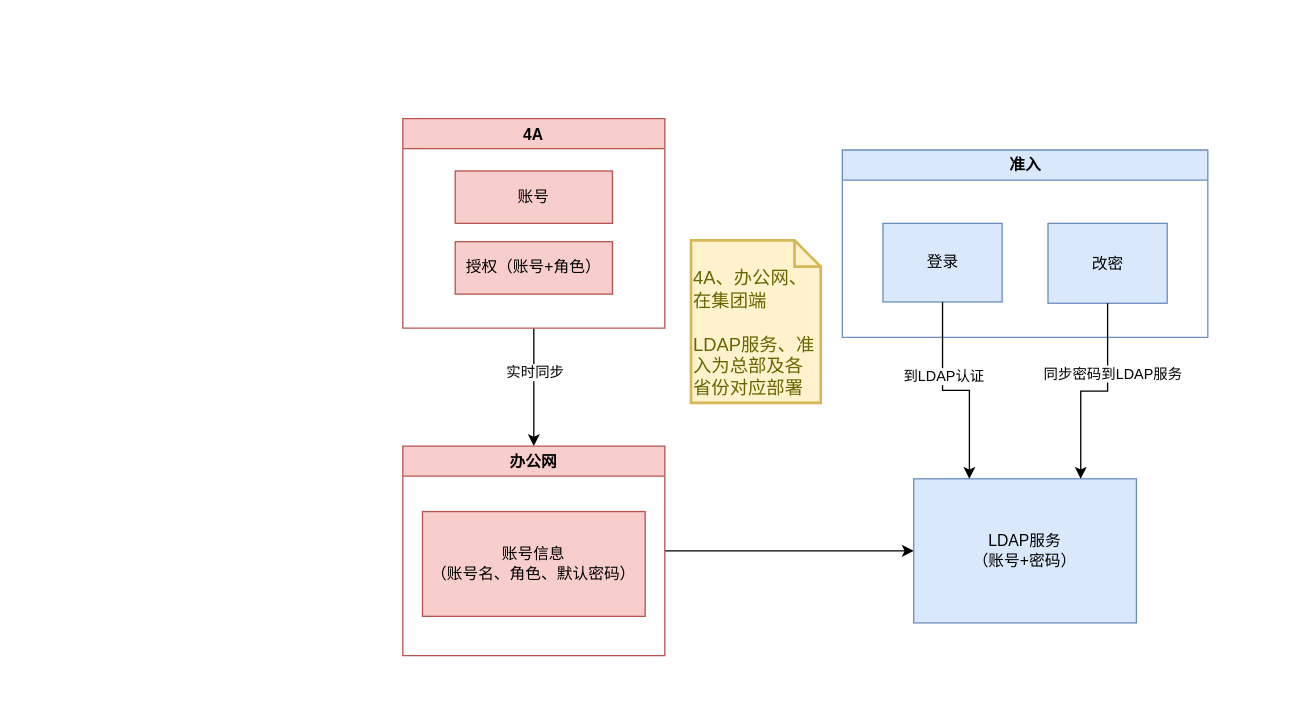
Before: page "方案二" (3 of 3) of 系统功能流程图/办公网.drawio in 158698706/tt4a, a draw.io diagram. Source tidied: cells renumbered, new cells numbered last; positions are measured from the earlier drawing's top-left corner, leaving out a move shared by most shapes. Both pictures are drawn from the tidied source at 131%, with x=0, y=0 at pixel (402, 118).
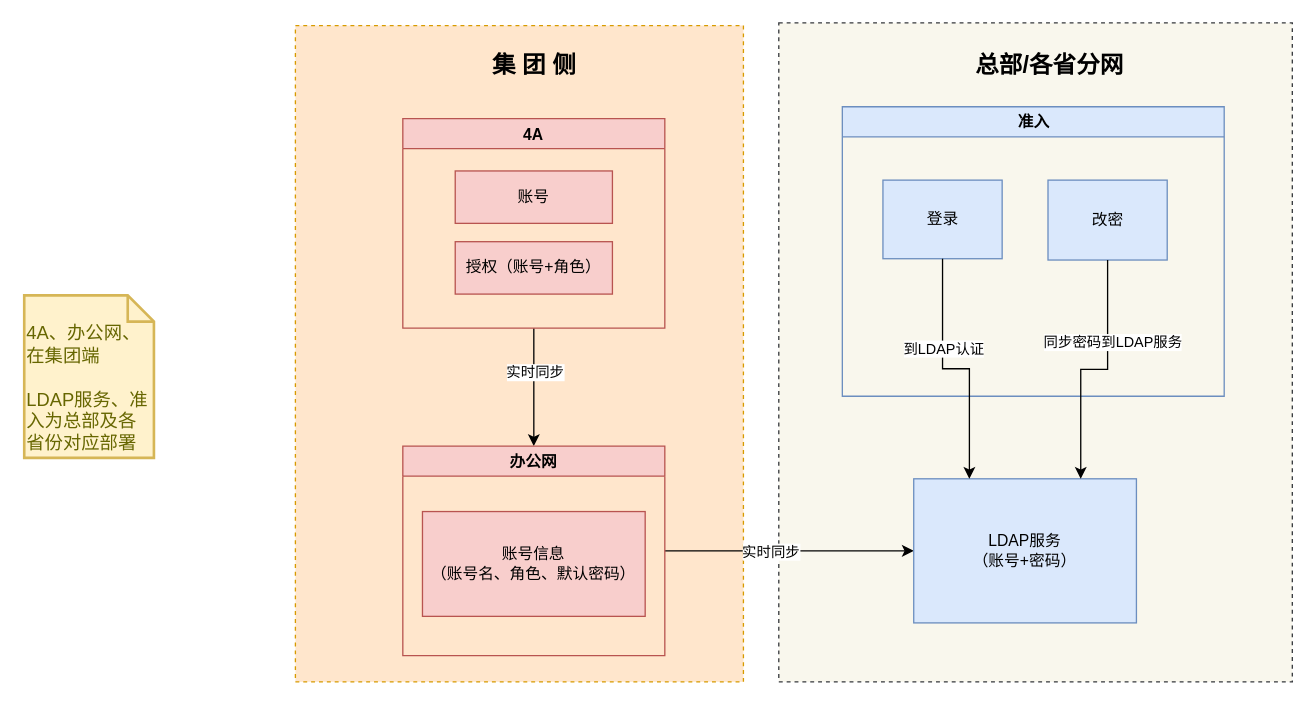
Above is the later version.

Unchanged cells that the change refers to:
```xml
<mxCell id="7" style="edgeStyle=orthogonalEdgeStyle;rounded=0;jettySize=auto;html=1;exitX=1;exitY=0.5;exitDx=0;exitDy=0;entryX=0;entryY=0.5;entryDx=0;entryDy=0;" parent="1" edge="1" source="8" target="10">
  <mxGeometry relative="1" as="geometry" />
</mxCell>
```

The edit, as a diff of the source:
```diff
@@
+    <mxCell id="19" style="rounded=0;whiteSpace=wrap;html=1;dashed=1;fillColor=#f9f7ed;strokeColor=#36393d;" parent="1" vertex="1">
+      <mxGeometry x="287" y="-73" width="392" height="503" as="geometry" />
+    </mxCell>
+    <mxCell id="20" style="rounded=0;whiteSpace=wrap;html=1;fillColor=#ffe6cc;strokeColor=#d79b00;dashed=1;" parent="1" vertex="1">
+      <mxGeometry x="-82" y="-71" width="342" height="501" as="geometry" />
+    </mxCell>
@@
+    <mxCell id="21" value="实时同步" style="edgeLabel;html=1;align=center;verticalAlign=middle;" parent="7" vertex="1">
+      <mxGeometry x="-0.16" relative="1" as="geometry" />
+    </mxCell>
@@
     <mxCell id="11" value="准入" style="swimlane;whiteSpace=wrap;html=1;fillColor=#dae8fc;strokeColor=#6c8ebf;" parent="1" vertex="1">
-      <mxGeometry x="335.5" y="24" width="279" height="143" as="geometry" />
+      <mxGeometry x="335.5" y="-9" width="291.5" height="221" as="geometry" />
     </mxCell>
@@
     <mxCell id="18" value="4A、办公网、在集团端&lt;br&gt;&lt;br&gt;LDAP服务、准入为总部及各省份对应部署" style="shape=note;strokeWidth=2;fontSize=14;size=20;whiteSpace=wrap;html=1;fillColor=#fff2cc;strokeColor=#d6b656;fontColor=#666600;align=left;verticalAlign=bottom;" parent="1" vertex="1">
-      <mxGeometry x="220" y="93" width="99" height="124" as="geometry" />
+      <mxGeometry x="-289" y="135" width="99" height="124" as="geometry" />
     </mxCell>
+    <mxCell id="22" value="集 团 侧" style="text;html=1;strokeColor=none;fillColor=none;align=center;verticalAlign=middle;whiteSpace=wrap;rounded=0;fontStyle=1;fontSize=18;" parent="1" vertex="1">
+      <mxGeometry x="3.5" y="-55" width="193" height="30" as="geometry" />
+    </mxCell>
+    <mxCell id="23" value="总部/各省分网" style="text;html=1;strokeColor=none;fillColor=none;align=center;verticalAlign=middle;whiteSpace=wrap;rounded=0;fontSize=18;fontStyle=1;" parent="1" vertex="1">
+      <mxGeometry x="419" y="-57.5" width="150" height="35" as="geometry" />
+    </mxCell>
```
